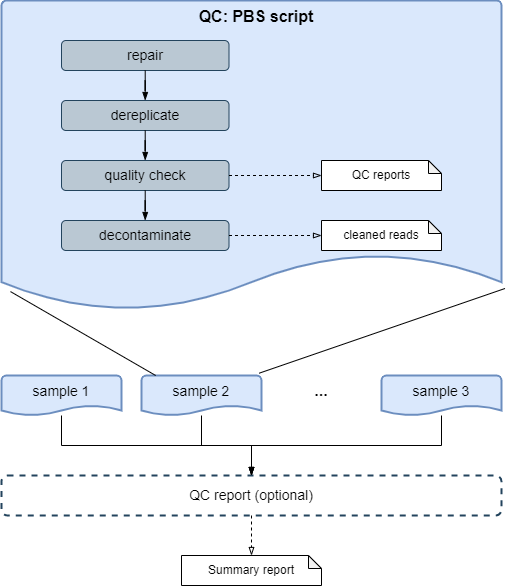
Earlier version of the draw.io export docs/assets/img/tutorials/no-singularity/tut_QCpipeline.png (mrcbioinfo/mima-pipeline). Source tidied: cells renumbered, new cells last; positions are measured from the earlier drawing's top-left corner, leaving out a move shared by most shapes. Source of this version:
```xml
<mxGraphModel>
  <root>
    <mxCell id="0" />
    <mxCell id="1" parent="0" />
    <mxCell id="2" value="QC: PBS script" style="strokeWidth=2;html=1;shape=mxgraph.flowchart.document2;whiteSpace=wrap;size=0.1828877005347589;fillColor=#dae8fc;fontColor=default;strokeColor=#6c8ebf;align=center;verticalAlign=top;fontStyle=1;fontSize=16;spacingLeft=10;rounded=1;" parent="1" vertex="1">
      <mxGeometry width="500" height="310" as="geometry" />
    </mxCell>
    <mxCell id="3" value="repair" style="rounded=1;whiteSpace=wrap;html=1;fontSize=14;fillColor=#bac8d3;strokeColor=#23445d;" parent="1" vertex="1">
      <mxGeometry x="60" y="40" width="167.5" height="30" as="geometry" />
    </mxCell>
    <mxCell id="4" value="dereplicate" style="rounded=1;whiteSpace=wrap;html=1;fontSize=14;fillColor=#bac8d3;strokeColor=#23445d;" parent="1" vertex="1">
      <mxGeometry x="60" y="100" width="167.5" height="30" as="geometry" />
    </mxCell>
    <mxCell id="5" style="edgeStyle=orthogonalEdgeStyle;rounded=0;jettySize=auto;html=1;fontSize=16;endArrow=blockThin;endFill=1;" parent="1" edge="1" source="3" target="4">
      <mxGeometry relative="1" as="geometry" />
    </mxCell>
    <mxCell id="6" value="quality check" style="rounded=1;whiteSpace=wrap;html=1;fontSize=14;fillColor=#bac8d3;strokeColor=#23445d;" parent="1" vertex="1">
      <mxGeometry x="60" y="160" width="167.5" height="30" as="geometry" />
    </mxCell>
    <mxCell id="7" style="edgeStyle=orthogonalEdgeStyle;rounded=0;jettySize=auto;html=1;fontSize=16;endArrow=blockThin;endFill=1;" parent="1" edge="1" source="4" target="6">
      <mxGeometry relative="1" as="geometry" />
    </mxCell>
    <mxCell id="8" value="decontaminate" style="rounded=1;whiteSpace=wrap;html=1;fontSize=14;fillColor=#bac8d3;strokeColor=#23445d;" parent="1" vertex="1">
      <mxGeometry x="60" y="220" width="167.5" height="30" as="geometry" />
    </mxCell>
    <mxCell id="9" style="edgeStyle=orthogonalEdgeStyle;rounded=0;jettySize=auto;html=1;fontSize=16;endArrow=blockThin;endFill=1;" parent="1" edge="1" source="6" target="8">
      <mxGeometry relative="1" as="geometry" />
    </mxCell>
    <mxCell id="10" value="QC reports" style="shape=note;whiteSpace=wrap;html=1;backgroundOutline=1;darkOpacity=0.05;fontFamily=Helvetica;fontSize=12;fontColor=rgb(0, 0, 0);align=center;strokeColor=rgb(0, 0, 0);strokeWidth=1;fillColor=rgb(255, 255, 255);size=13;" parent="1" vertex="1">
      <mxGeometry x="320" y="160" width="120" height="30" as="geometry" />
    </mxCell>
    <mxCell id="11" style="edgeStyle=orthogonalEdgeStyle;rounded=0;jettySize=auto;html=1;entryX=0;entryY=0.5;entryDx=0;entryDy=0;entryPerimeter=0;fontSize=16;dashed=1;endArrow=blockThin;endFill=0;" parent="1" edge="1" source="6" target="10">
      <mxGeometry relative="1" as="geometry" />
    </mxCell>
    <mxCell id="12" value="cleaned reads" style="shape=note;whiteSpace=wrap;html=1;backgroundOutline=1;darkOpacity=0.05;fontFamily=Helvetica;fontSize=12;fontColor=rgb(0, 0, 0);align=center;strokeColor=rgb(0, 0, 0);strokeWidth=1;fillColor=rgb(255, 255, 255);size=13;" parent="1" vertex="1">
      <mxGeometry x="320" y="220" width="120" height="30" as="geometry" />
    </mxCell>
    <mxCell id="13" style="edgeStyle=orthogonalEdgeStyle;rounded=0;jettySize=auto;html=1;entryX=0;entryY=0.5;entryDx=0;entryDy=0;entryPerimeter=0;fontSize=16;dashed=1;endArrow=blockThin;endFill=0;" parent="1" edge="1" source="8" target="12">
      <mxGeometry relative="1" as="geometry" />
    </mxCell>
    <mxCell id="14" value="QC report (optional)" style="rounded=1;whiteSpace=wrap;html=1;fontSize=14;fillColor=none;strokeColor=#23445d;strokeWidth=2;verticalAlign=middle;gradientColor=none;dashed=1;" parent="1" vertex="1">
      <mxGeometry y="475" width="500" height="40" as="geometry" />
    </mxCell>
    <mxCell id="15" style="edgeStyle=orthogonalEdgeStyle;rounded=0;jettySize=auto;html=1;fontSize=16;endArrow=blockThin;endFill=1;" parent="1" edge="1" source="16" target="14">
      <mxGeometry relative="1" as="geometry" />
    </mxCell>
    <mxCell id="16" value="sample 1" style="strokeWidth=2;html=1;shape=mxgraph.flowchart.document2;whiteSpace=wrap;size=0.25;fillColor=#dae8fc;fontColor=default;strokeColor=#6c8ebf;align=center;verticalAlign=top;fontStyle=0;fontSize=14;spacingLeft=0;rounded=1;spacingTop=1;" parent="1" vertex="1">
      <mxGeometry y="375" width="120" height="40" as="geometry" />
    </mxCell>
    <mxCell id="17" style="edgeStyle=orthogonalEdgeStyle;rounded=0;jettySize=auto;html=1;entryX=0.5;entryY=0;entryDx=0;entryDy=0;fontSize=16;endArrow=blockThin;endFill=1;" parent="1" edge="1" source="18" target="14">
      <mxGeometry relative="1" as="geometry" />
    </mxCell>
    <mxCell id="18" value="sample 2" style="strokeWidth=2;html=1;shape=mxgraph.flowchart.document2;whiteSpace=wrap;size=0.25;fillColor=#dae8fc;fontColor=default;strokeColor=#6c8ebf;align=center;verticalAlign=top;fontStyle=0;fontSize=14;spacingLeft=0;rounded=1;spacingTop=1;" parent="1" vertex="1">
      <mxGeometry x="140" y="375" width="120" height="40" as="geometry" />
    </mxCell>
    <mxCell id="19" style="edgeStyle=orthogonalEdgeStyle;rounded=0;jettySize=auto;html=1;fontSize=16;endArrow=blockThin;endFill=1;" parent="1" edge="1" source="20" target="14">
      <mxGeometry relative="1" as="geometry" />
    </mxCell>
    <mxCell id="20" value="sample 3" style="strokeWidth=2;html=1;shape=mxgraph.flowchart.document2;whiteSpace=wrap;size=0.25;fillColor=#dae8fc;fontColor=default;strokeColor=#6c8ebf;align=center;verticalAlign=top;fontStyle=0;fontSize=14;spacingLeft=0;rounded=1;spacingTop=1;" parent="1" vertex="1">
      <mxGeometry x="380" y="375" width="120" height="40" as="geometry" />
    </mxCell>
    <mxCell id="21" value="Summary report" style="shape=note;whiteSpace=wrap;html=1;backgroundOutline=1;darkOpacity=0.05;fontFamily=Helvetica;fontSize=12;fontColor=rgb(0, 0, 0);align=center;strokeColor=rgb(0, 0, 0);strokeWidth=1;fillColor=rgb(255, 255, 255);size=13;" parent="1" vertex="1">
      <mxGeometry x="180" y="555" width="140" height="30" as="geometry" />
    </mxCell>
    <mxCell id="22" style="edgeStyle=orthogonalEdgeStyle;rounded=0;jettySize=auto;html=1;fontSize=16;endArrow=blockThin;endFill=0;dashed=1;" parent="1" edge="1" source="14" target="21">
      <mxGeometry relative="1" as="geometry" />
    </mxCell>
    <mxCell id="23" value="&lt;b&gt;...&lt;/b&gt;" style="text;html=1;strokeColor=none;fillColor=none;align=center;verticalAlign=middle;whiteSpace=wrap;rounded=0;fontSize=16;" parent="1" vertex="1">
      <mxGeometry x="290" y="375" width="60" height="30" as="geometry" />
    </mxCell>
    <mxCell id="24" style="endArrow=none;html=1;rounded=0;fontSize=16;entryX=0.018;entryY=0.939;entryDx=0;entryDy=0;entryPerimeter=0;exitX=0.068;exitY=0.01;exitDx=0;exitDy=0;exitPerimeter=0;" parent="1" edge="1" target="2">
      <mxGeometry relative="1" as="geometry">
        <mxPoint x="154.2" y="375" as="sourcePoint" />
      </mxGeometry>
    </mxCell>
    <mxCell id="25" style="endArrow=none;html=1;rounded=0;fontSize=16;entryX=1.007;entryY=0.929;entryDx=0;entryDy=0;entryPerimeter=0;exitX=0.931;exitY=-0.019;exitDx=0;exitDy=0;exitPerimeter=0;" parent="1" edge="1" target="2">
      <mxGeometry relative="1" as="geometry">
        <mxPoint x="257.7" y="372.7" as="sourcePoint" />
      </mxGeometry>
    </mxCell>
  </root>
</mxGraphModel>
```
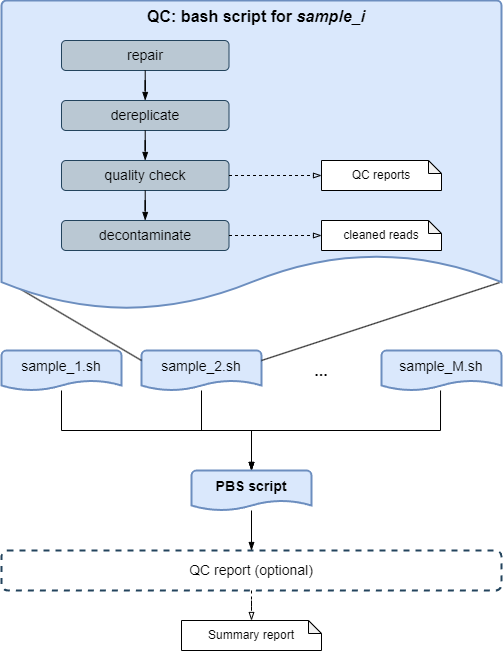
The same diagram one commit later.

The edit, as a diff of the source:
```diff
@@ -2,81 +2,86 @@
   <root>
     <mxCell id="0" />
     <mxCell id="1" parent="0" />
-    <mxCell id="2" value="QC: PBS script" style="strokeWidth=2;html=1;shape=mxgraph.flowchart.document2;whiteSpace=wrap;size=0.1828877005347589;fillColor=#dae8fc;fontColor=default;strokeColor=#6c8ebf;align=center;verticalAlign=top;fontStyle=1;fontSize=16;spacingLeft=10;rounded=1;" parent="1" vertex="1">
-      <mxGeometry width="500" height="310" as="geometry" />
+    <mxCell id="2" value="QC report (optional)" style="rounded=1;whiteSpace=wrap;html=1;fontSize=14;fillColor=none;strokeColor=#23445d;strokeWidth=2;verticalAlign=middle;gradientColor=none;dashed=1;" parent="1" vertex="1">
+      <mxGeometry y="485" width="500" height="40" as="geometry" />
     </mxCell>
-    <mxCell id="3" value="repair" style="rounded=1;whiteSpace=wrap;html=1;fontSize=14;fillColor=#bac8d3;strokeColor=#23445d;" parent="1" vertex="1">
-      <mxGeometry x="60" y="40" width="167.5" height="30" as="geometry" />
+    <mxCell id="3" style="edgeStyle=orthogonalEdgeStyle;rounded=0;jettySize=auto;html=1;exitX=0.5;exitY=1;exitDx=0;exitDy=0;exitPerimeter=0;endArrow=blockThin;fontSize=16;endFill=1;" parent="1" edge="1" source="4" target="28">
+      <mxGeometry relative="1" as="geometry" />
     </mxCell>
-    <mxCell id="4" value="dereplicate" style="rounded=1;whiteSpace=wrap;html=1;fontSize=14;fillColor=#bac8d3;strokeColor=#23445d;" parent="1" vertex="1">
-      <mxGeometry x="60" y="100" width="167.5" height="30" as="geometry" />
+    <mxCell id="4" value="sample_1.sh" style="strokeWidth=2;html=1;shape=mxgraph.flowchart.document2;whiteSpace=wrap;size=0.25;fillColor=#dae8fc;fontColor=default;strokeColor=#6c8ebf;align=center;verticalAlign=top;fontStyle=0;fontSize=14;spacingLeft=0;rounded=1;spacingTop=1;" parent="1" vertex="1">
+      <mxGeometry y="285" width="120" height="40" as="geometry" />
     </mxCell>
-    <mxCell id="5" style="edgeStyle=orthogonalEdgeStyle;rounded=0;jettySize=auto;html=1;fontSize=16;endArrow=blockThin;endFill=1;" parent="1" edge="1" source="3" target="4">
+    <mxCell id="5" style="edgeStyle=orthogonalEdgeStyle;rounded=0;jettySize=auto;html=1;endArrow=blockThin;fontSize=16;endFill=1;" parent="1" edge="1" source="6" target="28">
       <mxGeometry relative="1" as="geometry" />
     </mxCell>
-    <mxCell id="6" value="quality check" style="rounded=1;whiteSpace=wrap;html=1;fontSize=14;fillColor=#bac8d3;strokeColor=#23445d;" parent="1" vertex="1">
-      <mxGeometry x="60" y="160" width="167.5" height="30" as="geometry" />
+    <mxCell id="6" value="sample_2.sh" style="strokeWidth=2;html=1;shape=mxgraph.flowchart.document2;whiteSpace=wrap;size=0.25;fillColor=#dae8fc;fontColor=default;strokeColor=#6c8ebf;align=center;verticalAlign=top;fontStyle=0;fontSize=14;spacingLeft=0;rounded=1;spacingTop=1;" parent="1" vertex="1">
+      <mxGeometry x="140" y="285" width="120" height="40" as="geometry" />
     </mxCell>
-    <mxCell id="7" style="edgeStyle=orthogonalEdgeStyle;rounded=0;jettySize=auto;html=1;fontSize=16;endArrow=blockThin;endFill=1;" parent="1" edge="1" source="4" target="6">
+    <mxCell id="7" style="edgeStyle=orthogonalEdgeStyle;rounded=0;jettySize=auto;html=1;entryX=0.5;entryY=0;entryDx=0;entryDy=0;entryPerimeter=0;exitX=0.492;exitY=1;exitDx=0;exitDy=0;exitPerimeter=0;endArrow=blockThin;fontSize=16;endFill=1;" parent="1" edge="1" source="8" target="28">
       <mxGeometry relative="1" as="geometry" />
     </mxCell>
-    <mxCell id="8" value="decontaminate" style="rounded=1;whiteSpace=wrap;html=1;fontSize=14;fillColor=#bac8d3;strokeColor=#23445d;" parent="1" vertex="1">
-      <mxGeometry x="60" y="220" width="167.5" height="30" as="geometry" />
+    <mxCell id="8" value="sample_M.sh" style="strokeWidth=2;html=1;shape=mxgraph.flowchart.document2;whiteSpace=wrap;size=0.25;fillColor=#dae8fc;fontColor=default;strokeColor=#6c8ebf;align=center;verticalAlign=top;fontStyle=0;fontSize=14;spacingLeft=0;rounded=1;spacingTop=1;" parent="1" vertex="1">
+      <mxGeometry x="380" y="285" width="120" height="40" as="geometry" />
     </mxCell>
-    <mxCell id="9" style="edgeStyle=orthogonalEdgeStyle;rounded=0;jettySize=auto;html=1;fontSize=16;endArrow=blockThin;endFill=1;" parent="1" edge="1" source="6" target="8">
-      <mxGeometry relative="1" as="geometry" />
+    <mxCell id="9" value="Summary report" style="shape=note;whiteSpace=wrap;html=1;backgroundOutline=1;darkOpacity=0.05;fontFamily=Helvetica;fontSize=12;fontColor=rgb(0, 0, 0);align=center;strokeColor=rgb(0, 0, 0);strokeWidth=1;fillColor=rgb(255, 255, 255);size=13;" parent="1" vertex="1">
+      <mxGeometry x="180" y="555" width="140" height="30" as="geometry" />
     </mxCell>
-    <mxCell id="10" value="QC reports" style="shape=note;whiteSpace=wrap;html=1;backgroundOutline=1;darkOpacity=0.05;fontFamily=Helvetica;fontSize=12;fontColor=rgb(0, 0, 0);align=center;strokeColor=rgb(0, 0, 0);strokeWidth=1;fillColor=rgb(255, 255, 255);size=13;" parent="1" vertex="1">
-      <mxGeometry x="320" y="160" width="120" height="30" as="geometry" />
+    <mxCell id="10" style="edgeStyle=orthogonalEdgeStyle;rounded=0;jettySize=auto;html=1;fontSize=16;endArrow=blockThin;endFill=0;dashed=1;" parent="1" edge="1" source="2" target="9">
+      <mxGeometry relative="1" as="geometry" />
     </mxCell>
-    <mxCell id="11" style="edgeStyle=orthogonalEdgeStyle;rounded=0;jettySize=auto;html=1;entryX=0;entryY=0.5;entryDx=0;entryDy=0;entryPerimeter=0;fontSize=16;dashed=1;endArrow=blockThin;endFill=0;" parent="1" edge="1" source="6" target="10">
-      <mxGeometry relative="1" as="geometry" />
+    <mxCell id="11" value="&lt;b&gt;...&lt;/b&gt;" style="text;html=1;strokeColor=none;fillColor=none;align=center;verticalAlign=middle;whiteSpace=wrap;rounded=0;fontSize=16;" parent="1" vertex="1">
+      <mxGeometry x="290" y="290" width="60" height="30" as="geometry" />
     </mxCell>
-    <mxCell id="12" value="cleaned reads" style="shape=note;whiteSpace=wrap;html=1;backgroundOutline=1;darkOpacity=0.05;fontFamily=Helvetica;fontSize=12;fontColor=rgb(0, 0, 0);align=center;strokeColor=rgb(0, 0, 0);strokeWidth=1;fillColor=rgb(255, 255, 255);size=13;" parent="1" vertex="1">
-      <mxGeometry x="320" y="220" width="120" height="30" as="geometry" />
+    <mxCell id="12" style="endArrow=none;html=1;rounded=0;fontSize=16;entryX=0.002;entryY=0.897;entryDx=0;entryDy=0;entryPerimeter=0;exitX=0;exitY=0.25;exitDx=0;exitDy=0;exitPerimeter=0;" parent="1" edge="1" source="6" target="15">
+      <mxGeometry relative="1" as="geometry" />
     </mxCell>
-    <mxCell id="13" style="edgeStyle=orthogonalEdgeStyle;rounded=0;jettySize=auto;html=1;entryX=0;entryY=0.5;entryDx=0;entryDy=0;entryPerimeter=0;fontSize=16;dashed=1;endArrow=blockThin;endFill=0;" parent="1" edge="1" source="8" target="12">
+    <mxCell id="13" style="endArrow=none;html=1;rounded=0;fontSize=16;entryX=0.996;entryY=0.91;entryDx=0;entryDy=0;entryPerimeter=0;exitX=1;exitY=0.25;exitDx=0;exitDy=0;exitPerimeter=0;" parent="1" edge="1" source="6" target="15">
       <mxGeometry relative="1" as="geometry" />
     </mxCell>
-    <mxCell id="14" value="QC report (optional)" style="rounded=1;whiteSpace=wrap;html=1;fontSize=14;fillColor=none;strokeColor=#23445d;strokeWidth=2;verticalAlign=middle;gradientColor=none;dashed=1;" parent="1" vertex="1">
-      <mxGeometry y="475" width="500" height="40" as="geometry" />
+    <mxCell id="14" style="group;" parent="1" vertex="1">
+      <mxGeometry y="-65" width="500" height="310" as="geometry" />
     </mxCell>
-    <mxCell id="15" style="edgeStyle=orthogonalEdgeStyle;rounded=0;jettySize=auto;html=1;fontSize=16;endArrow=blockThin;endFill=1;" parent="1" edge="1" source="16" target="14">
-      <mxGeometry relative="1" as="geometry" />
+    <mxCell id="15" value="QC: bash script for &lt;i&gt;sample_i&lt;/i&gt;" style="strokeWidth=2;html=1;shape=mxgraph.flowchart.document2;whiteSpace=wrap;size=0.1828877005347589;fillColor=#dae8fc;fontColor=default;strokeColor=#6c8ebf;align=center;verticalAlign=top;fontStyle=1;fontSize=16;spacingLeft=10;rounded=1;" parent="14" vertex="1">
+      <mxGeometry width="500" height="310" as="geometry" />
     </mxCell>
-    <mxCell id="16" value="sample 1" style="strokeWidth=2;html=1;shape=mxgraph.flowchart.document2;whiteSpace=wrap;size=0.25;fillColor=#dae8fc;fontColor=default;strokeColor=#6c8ebf;align=center;verticalAlign=top;fontStyle=0;fontSize=14;spacingLeft=0;rounded=1;spacingTop=1;" parent="1" vertex="1">
-      <mxGeometry y="375" width="120" height="40" as="geometry" />
+    <mxCell id="16" value="repair" style="rounded=1;whiteSpace=wrap;html=1;fontSize=14;fillColor=#bac8d3;strokeColor=#23445d;" parent="14" vertex="1">
+      <mxGeometry x="60" y="40" width="167.5" height="30" as="geometry" />
     </mxCell>
-    <mxCell id="17" style="edgeStyle=orthogonalEdgeStyle;rounded=0;jettySize=auto;html=1;entryX=0.5;entryY=0;entryDx=0;entryDy=0;fontSize=16;endArrow=blockThin;endFill=1;" parent="1" edge="1" source="18" target="14">
-      <mxGeometry relative="1" as="geometry" />
+    <mxCell id="17" value="dereplicate" style="rounded=1;whiteSpace=wrap;html=1;fontSize=14;fillColor=#bac8d3;strokeColor=#23445d;" parent="14" vertex="1">
+      <mxGeometry x="60" y="100" width="167.5" height="30" as="geometry" />
     </mxCell>
-    <mxCell id="18" value="sample 2" style="strokeWidth=2;html=1;shape=mxgraph.flowchart.document2;whiteSpace=wrap;size=0.25;fillColor=#dae8fc;fontColor=default;strokeColor=#6c8ebf;align=center;verticalAlign=top;fontStyle=0;fontSize=14;spacingLeft=0;rounded=1;spacingTop=1;" parent="1" vertex="1">
-      <mxGeometry x="140" y="375" width="120" height="40" as="geometry" />
+    <mxCell id="18" style="edgeStyle=orthogonalEdgeStyle;rounded=0;jettySize=auto;html=1;fontSize=16;endArrow=blockThin;endFill=1;" parent="14" edge="1" source="16" target="17">
+      <mxGeometry relative="1" as="geometry" />
     </mxCell>
-    <mxCell id="19" style="edgeStyle=orthogonalEdgeStyle;rounded=0;jettySize=auto;html=1;fontSize=16;endArrow=blockThin;endFill=1;" parent="1" edge="1" source="20" target="14">
-      <mxGeometry relative="1" as="geometry" />
+    <mxCell id="19" value="quality check" style="rounded=1;whiteSpace=wrap;html=1;fontSize=14;fillColor=#bac8d3;strokeColor=#23445d;" parent="14" vertex="1">
+      <mxGeometry x="60" y="160" width="167.5" height="30" as="geometry" />
     </mxCell>
-    <mxCell id="20" value="sample 3" style="strokeWidth=2;html=1;shape=mxgraph.flowchart.document2;whiteSpace=wrap;size=0.25;fillColor=#dae8fc;fontColor=default;strokeColor=#6c8ebf;align=center;verticalAlign=top;fontStyle=0;fontSize=14;spacingLeft=0;rounded=1;spacingTop=1;" parent="1" vertex="1">
-      <mxGeometry x="380" y="375" width="120" height="40" as="geometry" />
+    <mxCell id="20" style="edgeStyle=orthogonalEdgeStyle;rounded=0;jettySize=auto;html=1;fontSize=16;endArrow=blockThin;endFill=1;" parent="14" edge="1" source="17" target="19">
+      <mxGeometry relative="1" as="geometry" />
     </mxCell>
-    <mxCell id="21" value="Summary report" style="shape=note;whiteSpace=wrap;html=1;backgroundOutline=1;darkOpacity=0.05;fontFamily=Helvetica;fontSize=12;fontColor=rgb(0, 0, 0);align=center;strokeColor=rgb(0, 0, 0);strokeWidth=1;fillColor=rgb(255, 255, 255);size=13;" parent="1" vertex="1">
-      <mxGeometry x="180" y="555" width="140" height="30" as="geometry" />
+    <mxCell id="21" value="decontaminate" style="rounded=1;whiteSpace=wrap;html=1;fontSize=14;fillColor=#bac8d3;strokeColor=#23445d;" parent="14" vertex="1">
+      <mxGeometry x="60" y="220" width="167.5" height="30" as="geometry" />
     </mxCell>
-    <mxCell id="22" style="edgeStyle=orthogonalEdgeStyle;rounded=0;jettySize=auto;html=1;fontSize=16;endArrow=blockThin;endFill=0;dashed=1;" parent="1" edge="1" source="14" target="21">
+    <mxCell id="22" style="edgeStyle=orthogonalEdgeStyle;rounded=0;jettySize=auto;html=1;fontSize=16;endArrow=blockThin;endFill=1;" parent="14" edge="1" source="19" target="21">
       <mxGeometry relative="1" as="geometry" />
     </mxCell>
-    <mxCell id="23" value="&lt;b&gt;...&lt;/b&gt;" style="text;html=1;strokeColor=none;fillColor=none;align=center;verticalAlign=middle;whiteSpace=wrap;rounded=0;fontSize=16;" parent="1" vertex="1">
-      <mxGeometry x="290" y="375" width="60" height="30" as="geometry" />
+    <mxCell id="23" value="QC reports" style="shape=note;whiteSpace=wrap;html=1;backgroundOutline=1;darkOpacity=0.05;fontFamily=Helvetica;fontSize=12;fontColor=rgb(0, 0, 0);align=center;strokeColor=rgb(0, 0, 0);strokeWidth=1;fillColor=rgb(255, 255, 255);size=13;" parent="14" vertex="1">
+      <mxGeometry x="320" y="160" width="120" height="30" as="geometry" />
     </mxCell>
-    <mxCell id="24" style="endArrow=none;html=1;rounded=0;fontSize=16;entryX=0.018;entryY=0.939;entryDx=0;entryDy=0;entryPerimeter=0;exitX=0.068;exitY=0.01;exitDx=0;exitDy=0;exitPerimeter=0;" parent="1" edge="1" target="2">
-      <mxGeometry relative="1" as="geometry">
-        <mxPoint x="154.2" y="375" as="sourcePoint" />
-      </mxGeometry>
+    <mxCell id="24" style="edgeStyle=orthogonalEdgeStyle;rounded=0;jettySize=auto;html=1;entryX=0;entryY=0.5;entryDx=0;entryDy=0;entryPerimeter=0;fontSize=16;dashed=1;endArrow=blockThin;endFill=0;" parent="14" edge="1" source="19" target="23">
+      <mxGeometry relative="1" as="geometry" />
     </mxCell>
-    <mxCell id="25" style="endArrow=none;html=1;rounded=0;fontSize=16;entryX=1.007;entryY=0.929;entryDx=0;entryDy=0;entryPerimeter=0;exitX=0.931;exitY=-0.019;exitDx=0;exitDy=0;exitPerimeter=0;" parent="1" edge="1" target="2">
-      <mxGeometry relative="1" as="geometry">
-        <mxPoint x="257.7" y="372.7" as="sourcePoint" />
-      </mxGeometry>
+    <mxCell id="25" value="cleaned reads" style="shape=note;whiteSpace=wrap;html=1;backgroundOutline=1;darkOpacity=0.05;fontFamily=Helvetica;fontSize=12;fontColor=rgb(0, 0, 0);align=center;strokeColor=rgb(0, 0, 0);strokeWidth=1;fillColor=rgb(255, 255, 255);size=13;" parent="14" vertex="1">
+      <mxGeometry x="320" y="220" width="120" height="30" as="geometry" />
     </mxCell>
+    <mxCell id="26" style="edgeStyle=orthogonalEdgeStyle;rounded=0;jettySize=auto;html=1;entryX=0;entryY=0.5;entryDx=0;entryDy=0;entryPerimeter=0;fontSize=16;dashed=1;endArrow=blockThin;endFill=0;" parent="14" edge="1" source="21" target="25">
+      <mxGeometry relative="1" as="geometry" />
+    </mxCell>
+    <mxCell id="27" style="edgeStyle=orthogonalEdgeStyle;rounded=0;jettySize=auto;html=1;entryX=0.5;entryY=0;entryDx=0;entryDy=0;endArrow=blockThin;fontSize=16;endFill=1;" parent="1" edge="1" source="28" target="2">
+      <mxGeometry relative="1" as="geometry" />
+    </mxCell>
+    <mxCell id="28" value="PBS script" style="strokeWidth=2;html=1;shape=mxgraph.flowchart.document2;whiteSpace=wrap;size=0.25;fillColor=#dae8fc;fontColor=default;strokeColor=#6c8ebf;align=center;verticalAlign=top;fontStyle=1;fontSize=14;spacingLeft=0;rounded=1;spacingTop=1;" parent="1" vertex="1">
+      <mxGeometry x="190" y="405" width="120" height="40" as="geometry" />
+    </mxCell>
   </root>
 </mxGraphModel>
```
